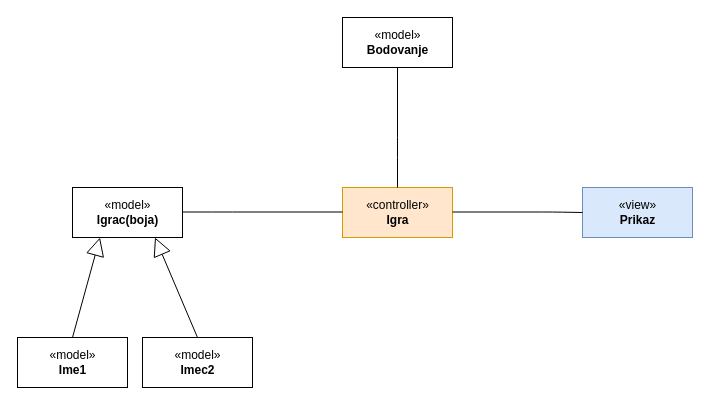
Above: page "dijagram_klasa_arhitekture_connect4" (1 of 3) of ClassDiagram.drawio in LauraMemedovic/connect-four (draw.io), before the change. Source tidied: cells renumbered, new cells numbered last; positions are measured from the earlier drawing's top-left corner, leaving out a move shared by most shapes. Both pictures are drawn from the tidied source at 100%, with x=0, y=0 at pixel (17, 17).
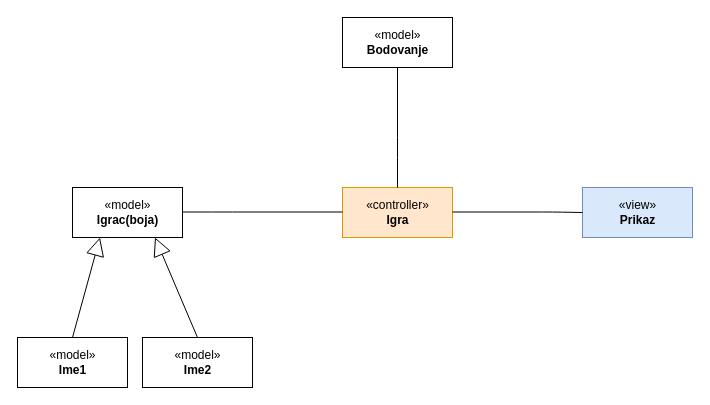
The same diagram, later.

Change to the diagram source:
```diff
@@
 <mxGraphModel>
   <root>
     <mxCell id="0" />
     <mxCell id="1" parent="0" />
     <mxCell id="2" value="«view»&lt;br&gt;&lt;b&gt;Prikaz&lt;/b&gt;" style="html=1;fillColor=#dae8fc;strokeColor=#6c8ebf;" parent="1" vertex="1">
       <mxGeometry x="565" y="170" width="110" height="50" as="geometry" />
     </mxCell>
     <mxCell id="3" value="«controller»&lt;br&gt;&lt;b&gt;Igra&lt;/b&gt;" style="html=1;fillColor=#ffe6cc;strokeColor=#d79b00;" parent="1" vertex="1">
       <mxGeometry x="325" y="170" width="110" height="50" as="geometry" />
     </mxCell>
     <mxCell id="4" value="«model»&lt;br&gt;&lt;b&gt;Igrac(boja)&lt;/b&gt;" style="html=1;" parent="1" vertex="1">
       <mxGeometry x="55" y="170" width="110" height="50" as="geometry" />
     </mxCell>
     <mxCell id="5" value="«model»&lt;br&gt;&lt;b&gt;Ime1&lt;/b&gt;" style="html=1;" parent="1" vertex="1">
       <mxGeometry y="320" width="110" height="50" as="geometry" />
     </mxCell>
-    <mxCell id="6" value="«model»&lt;br&gt;&lt;b&gt;Imec2&lt;/b&gt;" style="html=1;" parent="1" vertex="1">
+    <mxCell id="6" value="«model»&lt;br&gt;&lt;b&gt;Ime2&lt;/b&gt;" style="html=1;" parent="1" vertex="1">
       <mxGeometry x="125" y="320" width="110" height="50" as="geometry" />
     </mxCell>
     <mxCell id="7" style="endArrow=none;html=1;edgeStyle=orthogonalEdgeStyle;" parent="1" edge="1">
       <mxGeometry relative="1" as="geometry">
         <mxPoint x="435" y="194.5" as="sourcePoint" />
         <mxPoint x="565" y="195" as="targetPoint" />
         <Array as="points">
           <mxPoint x="535" y="195" />
           <mxPoint x="535" y="195" />
         </Array>
       </mxGeometry>
     </mxCell>
     <mxCell id="8" style="endArrow=none;html=1;edgeStyle=orthogonalEdgeStyle;" parent="1" edge="1">
       <mxGeometry relative="1" as="geometry">
         <mxPoint x="165" y="194.5" as="sourcePoint" />
         <mxPoint x="325" y="194.5" as="targetPoint" />
         <Array as="points">
           <mxPoint x="205" y="195" />
           <mxPoint x="205" y="195" />
         </Array>
       </mxGeometry>
     </mxCell>
     <mxCell id="9" style="endArrow=block;endSize=16;endFill=0;html=1;exitX=0.5;exitY=0;exitDx=0;exitDy=0;entryX=0.25;entryY=1;entryDx=0;entryDy=0;" parent="1" edge="1" source="5" target="4">
       <mxGeometry relative="1" as="geometry" />
     </mxCell>
     <mxCell id="10" style="endArrow=block;endSize=16;endFill=0;html=1;entryX=0.75;entryY=1;entryDx=0;entryDy=0;exitX=0.5;exitY=0;exitDx=0;exitDy=0;" parent="1" edge="1" source="6" target="4">
       <mxGeometry relative="1" as="geometry" />
     </mxCell>
     <mxCell id="11" value="«model»&lt;br&gt;&lt;b&gt;Bodovanje&lt;/b&gt;" style="html=1;" parent="1" vertex="1">
       <mxGeometry x="325" width="110" height="50" as="geometry" />
     </mxCell>
     <mxCell id="12" style="endArrow=none;html=1;edgeStyle=orthogonalEdgeStyle;exitX=0.5;exitY=1;exitDx=0;exitDy=0;entryX=0.5;entryY=0;entryDx=0;entryDy=0;" parent="1" edge="1" source="11" target="3">
       <mxGeometry relative="1" as="geometry">
         <Array as="points">
           <mxPoint x="380" y="130" />
           <mxPoint x="380" y="130" />
         </Array>
       </mxGeometry>
     </mxCell>
   </root>
 </mxGraphModel>
```
